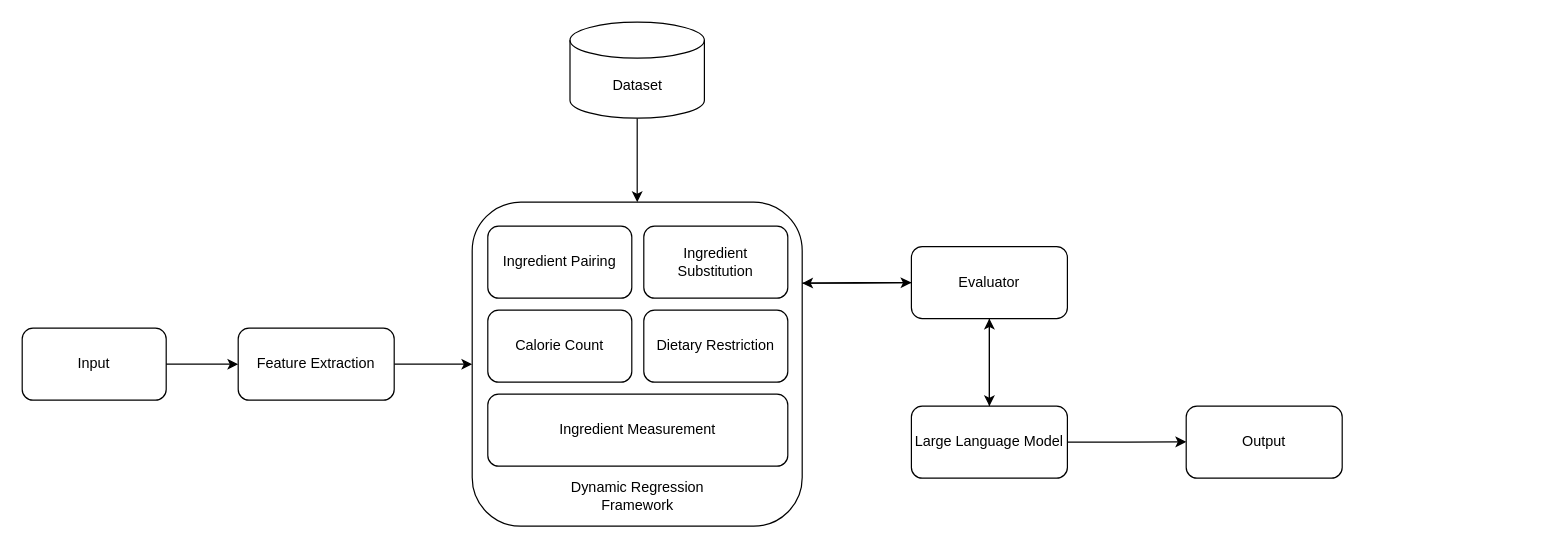
The draw.io diagram Model.drawio in MonaJea-Ng/Projects, before the edit. Source tidied: cells renumbered, new cells numbered last; positions are measured from the earlier drawing's top-left corner, leaving out a move shared by most shapes. Both pictures are drawn from the tidied source at 120%, with x=0, y=0 at pixel (22, 22).
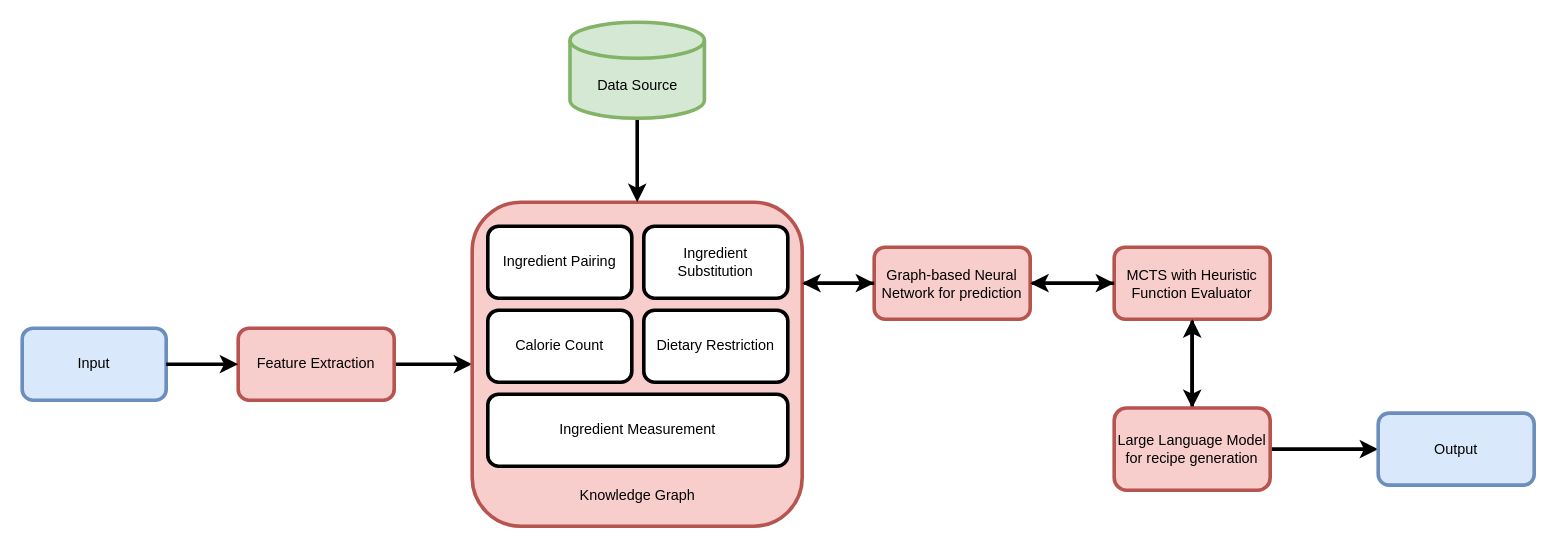
Above is the later version.

What changed in the source:
```diff
@@
-    <mxCell id="2" value="Input" style="rounded=1;whiteSpace=wrap;html=1;" parent="1" vertex="1">
+    <mxCell id="2" value="Input" style="rounded=1;whiteSpace=wrap;html=1;strokeWidth=3;fillColor=#dae8fc;strokeColor=#6c8ebf;" parent="1" vertex="1">
       <mxGeometry y="255" width="120" height="60" as="geometry" />
     </mxCell>
-    <mxCell id="3" style="edgeStyle=orthogonalEdgeStyle;rounded=0;jettySize=auto;html=1;exitX=1;exitY=0.5;exitDx=0;exitDy=0;entryX=0;entryY=0.5;entryDx=0;entryDy=0;" parent="1" edge="1" source="4" target="7">
+    <mxCell id="3" style="edgeStyle=orthogonalEdgeStyle;rounded=0;jettySize=auto;html=1;exitX=1;exitY=0.5;exitDx=0;exitDy=0;entryX=0;entryY=0.5;entryDx=0;entryDy=0;strokeWidth=3;" parent="1" edge="1" source="4" target="7">
       <mxGeometry relative="1" as="geometry" />
     </mxCell>
-    <mxCell id="4" value="Feature Extraction" style="rounded=1;whiteSpace=wrap;html=1;" parent="1" vertex="1">
+    <mxCell id="4" value="Feature Extraction" style="rounded=1;whiteSpace=wrap;html=1;strokeWidth=3;fillColor=#f8cecc;strokeColor=#b85450;" parent="1" vertex="1">
       <mxGeometry x="180" y="255" width="130" height="60" as="geometry" />
     </mxCell>
-    <mxCell id="5" style="endArrow=classic;html=1;rounded=0;exitX=1;exitY=0.5;exitDx=0;exitDy=0;entryX=0;entryY=0.5;entryDx=0;entryDy=0;" parent="1" edge="1" source="2" target="4">
+    <mxCell id="5" style="endArrow=classic;html=1;rounded=0;exitX=1;exitY=0.5;exitDx=0;exitDy=0;entryX=0;entryY=0.5;entryDx=0;entryDy=0;strokeWidth=3;" parent="1" edge="1" source="2" target="4">
       <mxGeometry relative="1" as="geometry" />
     </mxCell>
-    <mxCell id="6" style="edgeStyle=orthogonalEdgeStyle;rounded=0;jettySize=auto;html=1;exitX=1;exitY=0.25;exitDx=0;exitDy=0;entryX=0;entryY=0.5;entryDx=0;entryDy=0;" parent="1" edge="1" source="7" target="18">
-      <mxGeometry relative="1" as="geometry" />
-    </mxCell>
+    <mxCell id="23" style="edgeStyle=orthogonalEdgeStyle;rounded=0;jettySize=auto;html=1;exitX=1;exitY=0.25;exitDx=0;exitDy=0;strokeWidth=3;" parent="1" edge="1" source="7" target="26">
+      <mxGeometry relative="1" as="geometry" />
+    </mxCell>
-    <mxCell id="7" style="rounded=1;whiteSpace=wrap;html=1;" parent="1" vertex="1">
+    <mxCell id="7" style="rounded=1;whiteSpace=wrap;html=1;strokeWidth=3;fillColor=#f8cecc;strokeColor=#b85450;" parent="1" vertex="1">
       <mxGeometry x="375" y="150" width="275" height="270" as="geometry" />
     </mxCell>
-    <mxCell id="8" value="Ingredient Pairing" style="rounded=1;whiteSpace=wrap;html=1;" parent="1" vertex="1">
+    <mxCell id="8" value="Ingredient Pairing" style="rounded=1;whiteSpace=wrap;html=1;strokeWidth=3;" parent="1" vertex="1">
       <mxGeometry x="388" y="170" width="120" height="60" as="geometry" />
     </mxCell>
-    <mxCell id="9" value="Ingredient Substitution" style="rounded=1;whiteSpace=wrap;html=1;" parent="1" vertex="1">
+    <mxCell id="9" value="Ingredient Substitution" style="rounded=1;whiteSpace=wrap;html=1;strokeWidth=3;" parent="1" vertex="1">
       <mxGeometry x="518" y="170" width="120" height="60" as="geometry" />
     </mxCell>
-    <mxCell id="10" value="Dietary Restriction" style="rounded=1;whiteSpace=wrap;html=1;" parent="1" vertex="1">
+    <mxCell id="10" value="Dietary Restriction" style="rounded=1;whiteSpace=wrap;html=1;strokeWidth=3;" parent="1" vertex="1">
       <mxGeometry x="518" y="240" width="120" height="60" as="geometry" />
     </mxCell>
-    <mxCell id="11" value="Calorie Count" style="rounded=1;whiteSpace=wrap;html=1;" parent="1" vertex="1">
+    <mxCell id="11" value="Calorie Count" style="rounded=1;whiteSpace=wrap;html=1;strokeWidth=3;" parent="1" vertex="1">
       <mxGeometry x="388" y="240" width="120" height="60" as="geometry" />
     </mxCell>
-    <mxCell id="12" value="Ingredient Measurement" style="rounded=1;whiteSpace=wrap;html=1;" parent="1" vertex="1">
+    <mxCell id="12" value="Ingredient Measurement" style="rounded=1;whiteSpace=wrap;html=1;strokeWidth=3;" parent="1" vertex="1">
       <mxGeometry x="388" y="310" width="250" height="60" as="geometry" />
     </mxCell>
-    <mxCell id="13" value="Dynamic Regression Framework" style="text;html=1;align=center;verticalAlign=middle;whiteSpace=wrap;rounded=0;" parent="1" vertex="1">
+    <mxCell id="13" value="Knowledge Graph" style="text;html=1;align=center;verticalAlign=middle;whiteSpace=wrap;rounded=0;strokeWidth=3;" parent="1" vertex="1">
       <mxGeometry x="432.5" y="380" width="160" height="30" as="geometry" />
     </mxCell>
-    <mxCell id="14" style="edgeStyle=orthogonalEdgeStyle;rounded=0;jettySize=auto;html=1;exitX=0.5;exitY=1;exitDx=0;exitDy=0;exitPerimeter=0;entryX=0.5;entryY=0;entryDx=0;entryDy=0;" parent="1" edge="1" source="15" target="7">
+    <mxCell id="14" style="edgeStyle=orthogonalEdgeStyle;rounded=0;jettySize=auto;html=1;exitX=0.5;exitY=1;exitDx=0;exitDy=0;exitPerimeter=0;entryX=0.5;entryY=0;entryDx=0;entryDy=0;strokeWidth=3;" parent="1" edge="1" source="15" target="7">
       <mxGeometry relative="1" as="geometry" />
     </mxCell>
-    <mxCell id="15" value="Dataset" style="shape=cylinder3;whiteSpace=wrap;html=1;boundedLbl=1;backgroundOutline=1;size=15;" parent="1" vertex="1">
+    <mxCell id="15" value="Data Source" style="shape=cylinder3;whiteSpace=wrap;html=1;boundedLbl=1;backgroundOutline=1;size=15;strokeWidth=3;fillColor=#d5e8d4;strokeColor=#82b366;" parent="1" vertex="1">
       <mxGeometry x="456.5" width="112" height="80" as="geometry" />
     </mxCell>
-    <mxCell id="16" style="edgeStyle=orthogonalEdgeStyle;rounded=0;jettySize=auto;html=1;exitX=0;exitY=0.5;exitDx=0;exitDy=0;entryX=1;entryY=0.25;entryDx=0;entryDy=0;" parent="1" edge="1" source="18" target="7">
-      <mxGeometry relative="1" as="geometry" />
-    </mxCell>
-    <mxCell id="17" style="edgeStyle=orthogonalEdgeStyle;rounded=0;jettySize=auto;html=1;exitX=0.5;exitY=1;exitDx=0;exitDy=0;entryX=0.5;entryY=0;entryDx=0;entryDy=0;" parent="1" edge="1" source="18" target="21">
+    <mxCell id="17" style="edgeStyle=orthogonalEdgeStyle;rounded=0;jettySize=auto;html=1;exitX=0.5;exitY=1;exitDx=0;exitDy=0;entryX=0.5;entryY=0;entryDx=0;entryDy=0;strokeWidth=3;" parent="1" edge="1" source="18" target="21">
       <mxGeometry relative="1" as="geometry" />
     </mxCell>
-    <mxCell id="18" value="Evaluator" style="rounded=1;whiteSpace=wrap;html=1;" parent="1" vertex="1">
-      <mxGeometry x="741" y="187" width="130" height="60" as="geometry" />
+    <mxCell id="18" value="MCTS with Heuristic Function Evaluator" style="rounded=1;whiteSpace=wrap;html=1;strokeWidth=3;fillColor=#f8cecc;strokeColor=#b85450;" parent="1" vertex="1">
+      <mxGeometry x="910" y="187.5" width="130" height="60" as="geometry" />
     </mxCell>
-    <mxCell id="19" style="edgeStyle=orthogonalEdgeStyle;rounded=0;jettySize=auto;html=1;exitX=0.5;exitY=0;exitDx=0;exitDy=0;entryX=0.5;entryY=1;entryDx=0;entryDy=0;" parent="1" edge="1" source="21" target="18">
+    <mxCell id="19" style="edgeStyle=orthogonalEdgeStyle;rounded=0;jettySize=auto;html=1;exitX=0.5;exitY=0;exitDx=0;exitDy=0;entryX=0.5;entryY=1;entryDx=0;entryDy=0;strokeWidth=3;" parent="1" edge="1" source="21" target="18">
       <mxGeometry relative="1" as="geometry" />
     </mxCell>
-    <mxCell id="20" style="edgeStyle=orthogonalEdgeStyle;rounded=0;jettySize=auto;html=1;exitX=1;exitY=0.5;exitDx=0;exitDy=0;" parent="1" edge="1" source="21">
-      <mxGeometry relative="1" as="geometry">
-        <mxPoint x="970" y="349.7" as="targetPoint" />
-      </mxGeometry>
-    </mxCell>
+    <mxCell id="24" style="edgeStyle=orthogonalEdgeStyle;rounded=0;jettySize=auto;html=1;exitX=1;exitY=0.5;exitDx=0;exitDy=0;entryX=0;entryY=0.5;entryDx=0;entryDy=0;strokeWidth=3;" parent="1" edge="1" source="21" target="22">
+      <mxGeometry relative="1" as="geometry" />
+    </mxCell>
-    <mxCell id="21" value="Large Language Model" style="rounded=1;whiteSpace=wrap;html=1;" parent="1" vertex="1">
-      <mxGeometry x="741" y="320" width="130" height="60" as="geometry" />
+    <mxCell id="21" value="Large Language Model for recipe generation" style="rounded=1;whiteSpace=wrap;html=1;strokeWidth=3;fillColor=#f8cecc;strokeColor=#b85450;" parent="1" vertex="1">
+      <mxGeometry x="910" y="321.5" width="130" height="68.5" as="geometry" />
     </mxCell>
-    <mxCell id="22" value="Output" style="rounded=1;whiteSpace=wrap;html=1;" parent="1" vertex="1">
-      <mxGeometry x="970" y="320" width="130" height="60" as="geometry" />
+    <mxCell id="22" value="Output" style="rounded=1;whiteSpace=wrap;html=1;strokeWidth=3;fillColor=#dae8fc;strokeColor=#6c8ebf;" parent="1" vertex="1">
+      <mxGeometry x="1130" y="325.8" width="130" height="60" as="geometry" />
     </mxCell>
+    <mxCell id="25" style="edgeStyle=orthogonalEdgeStyle;rounded=0;jettySize=auto;html=1;exitX=1;exitY=0.5;exitDx=0;exitDy=0;entryX=0;entryY=0.5;entryDx=0;entryDy=0;strokeWidth=3;" parent="1" edge="1" source="26" target="18">
+      <mxGeometry relative="1" as="geometry" />
+    </mxCell>
+    <mxCell id="26" value="Graph-based Neural Network for prediction" style="rounded=1;whiteSpace=wrap;html=1;strokeWidth=3;fillColor=#f8cecc;strokeColor=#b85450;" parent="1" vertex="1">
+      <mxGeometry x="710" y="187.5" width="130" height="60" as="geometry" />
+    </mxCell>
+    <mxCell id="27" style="edgeStyle=orthogonalEdgeStyle;rounded=0;jettySize=auto;html=1;exitX=0;exitY=0.5;exitDx=0;exitDy=0;entryX=1;entryY=0.5;entryDx=0;entryDy=0;strokeWidth=3;" parent="1" edge="1" source="18" target="26">
+      <mxGeometry relative="1" as="geometry" />
+    </mxCell>
+    <mxCell id="28" style="edgeStyle=orthogonalEdgeStyle;rounded=0;jettySize=auto;html=1;exitX=0;exitY=0.5;exitDx=0;exitDy=0;strokeWidth=3;entryX=1;entryY=0.25;entryDx=0;entryDy=0;" parent="1" edge="1" source="26" target="7">
+      <mxGeometry relative="1" as="geometry" />
+    </mxCell>
```
